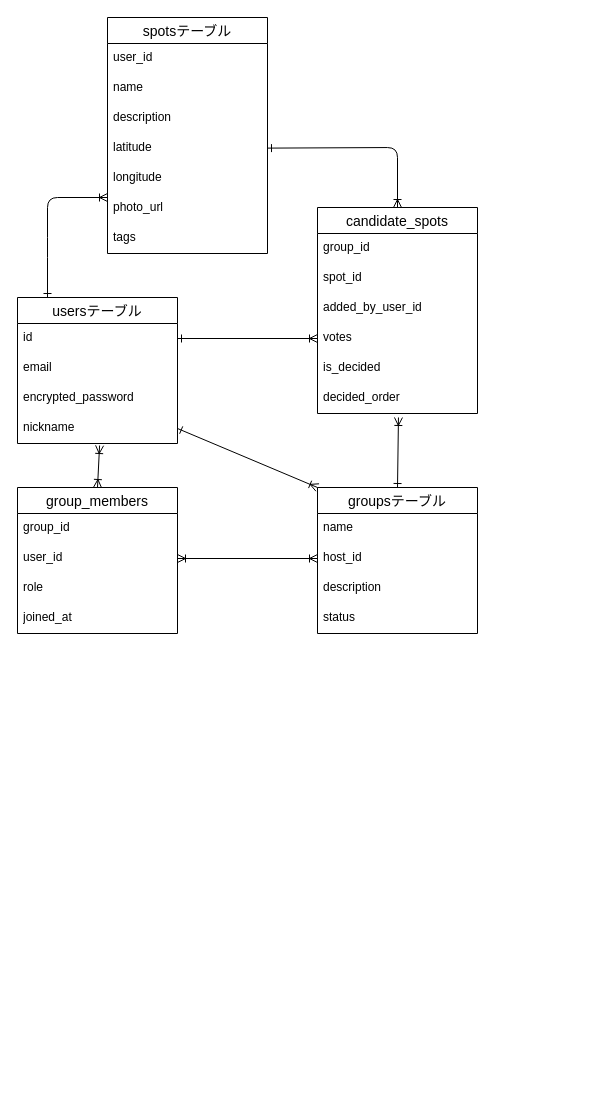
acquauverworld0206/touringnote keeps this draw.io diagram as test.dio. Above is the earlier version. Source tidied: cells renumbered, new cells numbered last; positions are measured from the earlier drawing's top-left corner, leaving out a move shared by most shapes. Both pictures are drawn from the tidied source at 100%, with x=0, y=0 at pixel (17, 17).
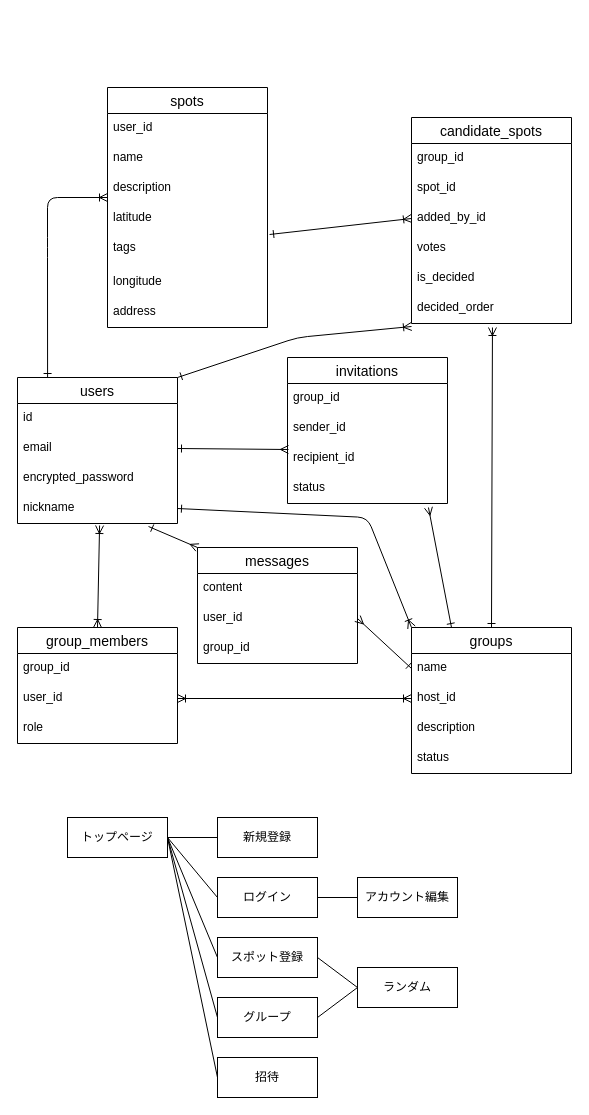
The same diagram, later.

The change refers to these unchanged cells:
```xml
<mxCell id="6" value="latitude" style="text;strokeColor=none;fillColor=none;spacingLeft=4;spacingRight=4;overflow=hidden;points=[[0,0.5],[1,0.5]];portConstraint=eastwest;fontSize=12;whiteSpace=wrap;html=1;" parent="2" vertex="1">
  <mxGeometry y="116" width="160" height="30" as="geometry" />
</mxCell>
<mxCell id="12" value="name" style="text;strokeColor=none;fillColor=none;spacingLeft=4;spacingRight=4;overflow=hidden;points=[[0,0.5],[1,0.5]];portConstraint=eastwest;fontSize=12;whiteSpace=wrap;html=1;" parent="11" vertex="1">
  <mxGeometry y="26" width="160" height="30" as="geometry" />
</mxCell>
<mxCell id="17" value="id" style="text;strokeColor=none;fillColor=none;spacingLeft=4;spacingRight=4;overflow=hidden;points=[[0,0.5],[1,0.5]];portConstraint=eastwest;fontSize=12;whiteSpace=wrap;html=1;" parent="16" vertex="1">
  <mxGeometry y="26" width="160" height="30" as="geometry" />
</mxCell>
<mxCell id="18" value="email" style="text;strokeColor=none;fillColor=none;spacingLeft=4;spacingRight=4;overflow=hidden;points=[[0,0.5],[1,0.5]];portConstraint=eastwest;fontSize=12;whiteSpace=wrap;html=1;" parent="16" vertex="1">
  <mxGeometry y="56" width="160" height="30" as="geometry" />
</mxCell>
<mxCell id="20" value="nickname" style="text;strokeColor=none;fillColor=none;spacingLeft=4;spacingRight=4;overflow=hidden;points=[[0,0.5],[1,0.5]];portConstraint=eastwest;fontSize=12;whiteSpace=wrap;html=1;" parent="16" vertex="1">
  <mxGeometry y="116" width="160" height="30" as="geometry" />
</mxCell>
<mxCell id="30" value="votes" style="text;strokeColor=none;fillColor=none;spacingLeft=4;spacingRight=4;overflow=hidden;points=[[0,0.5],[1,0.5]];portConstraint=eastwest;fontSize=12;whiteSpace=wrap;html=1;" parent="26" vertex="1">
  <mxGeometry y="116" width="160" height="30" as="geometry" />
</mxCell>
<mxCell id="32" value="decided_order" style="text;strokeColor=none;fillColor=none;spacingLeft=4;spacingRight=4;overflow=hidden;points=[[0,0.5],[1,0.5]];portConstraint=eastwest;fontSize=12;whiteSpace=wrap;html=1;" parent="26" vertex="1">
  <mxGeometry y="176" width="160" height="30" as="geometry" />
</mxCell>
```

Change to the diagram source:
```diff
@@
-    <mxCell id="2" value="spotsテーブル" style="swimlane;fontStyle=0;horizontal=1;startSize=26;align=center;fontSize=14;" parent="1" vertex="1">
-      <mxGeometry x="90" width="160" height="236" as="geometry" />
+    <mxCell id="2" value="spots" style="swimlane;fontStyle=0;horizontal=1;startSize=26;align=center;fontSize=14;" parent="1" vertex="1">
+      <mxGeometry x="90" y="70" width="160" height="240" as="geometry" />
     </mxCell>
@@
+    <mxCell id="9" value="tags" style="text;strokeColor=none;fillColor=none;spacingLeft=4;spacingRight=4;overflow=hidden;points=[[0,0.5],[1,0.5]];portConstraint=eastwest;fontSize=12;whiteSpace=wrap;html=1;" parent="2" vertex="1">
+      <mxGeometry y="146" width="160" height="34" as="geometry" />
+    </mxCell>
-    <mxCell id="7" value="longitude" style="text;strokeColor=none;fillColor=none;spacingLeft=4;spacingRight=4;overflow=hidden;fontSize=12;whiteSpace=wrap;html=1;" parent="2" vertex="1">
-      <mxGeometry y="146" width="160" height="30" as="geometry" />
+    <mxCell id="7" value="longitude&lt;div&gt;&lt;br&gt;&lt;/div&gt;" style="text;strokeColor=none;fillColor=none;spacingLeft=4;spacingRight=4;overflow=hidden;fontSize=12;whiteSpace=wrap;html=1;" parent="2" vertex="1">
+      <mxGeometry y="180" width="160" height="30" as="geometry" />
     </mxCell>
-    <mxCell id="8" value="photo_url" style="text;strokeColor=none;fillColor=none;spacingLeft=4;spacingRight=4;overflow=hidden;fontSize=12;whiteSpace=wrap;html=1;" parent="2" vertex="1">
-      <mxGeometry y="176" width="160" height="30" as="geometry" />
-    </mxCell>
-    <mxCell id="9" value="tags" style="text;strokeColor=none;fillColor=none;spacingLeft=4;spacingRight=4;overflow=hidden;points=[[0,0.5],[1,0.5]];portConstraint=eastwest;fontSize=12;whiteSpace=wrap;html=1;" parent="2" vertex="1">
-      <mxGeometry y="206" width="160" height="30" as="geometry" />
-    </mxCell>
+    <mxCell id="39" value="address" style="text;strokeColor=none;fillColor=none;spacingLeft=4;spacingRight=4;overflow=hidden;fontSize=12;whiteSpace=wrap;html=1;" parent="2" vertex="1">
+      <mxGeometry y="210" width="160" height="30" as="geometry" />
+    </mxCell>
@@
-    <mxCell id="11" value="groupsテーブル" style="swimlane;fontStyle=0;horizontal=1;startSize=26;align=center;fontSize=14;" parent="1" vertex="1">
-      <mxGeometry x="300" y="470" width="160" height="146" as="geometry" />
+    <mxCell id="11" value="groups" style="swimlane;fontStyle=0;horizontal=1;startSize=26;align=center;fontSize=14;" parent="1" vertex="1">
+      <mxGeometry x="394" y="610" width="160" height="146" as="geometry" />
     </mxCell>
@@
-    <mxCell id="16" value="usersテーブル" style="swimlane;fontStyle=0;horizontal=1;startSize=26;align=center;fontSize=14;" parent="1" vertex="1">
-      <mxGeometry y="280" width="160" height="146" as="geometry" />
+    <mxCell id="16" value="users" style="swimlane;fontStyle=0;horizontal=1;startSize=26;align=center;fontSize=14;" parent="1" vertex="1">
+      <mxGeometry y="360" width="160" height="146" as="geometry" />
     </mxCell>
@@
     <mxCell id="21" value="group_members" style="swimlane;fontStyle=0;horizontal=1;startSize=26;align=center;fontSize=14;" parent="1" vertex="1">
-      <mxGeometry y="470" width="160" height="146" as="geometry" />
+      <mxGeometry y="610" width="160" height="116" as="geometry" />
     </mxCell>
@@
-    <mxCell id="25" value="joined_at" style="text;strokeColor=none;fillColor=none;spacingLeft=4;spacingRight=4;overflow=hidden;fontSize=12;whiteSpace=wrap;html=1;" parent="21" vertex="1">
-      <mxGeometry y="116" width="160" height="30" as="geometry" />
-    </mxCell>
     <mxCell id="26" value="candidate_spots" style="swimlane;fontStyle=0;horizontal=1;startSize=26;align=center;fontSize=14;" parent="1" vertex="1">
-      <mxGeometry x="300" y="190" width="160" height="206" as="geometry" />
+      <mxGeometry x="394" y="100" width="160" height="206" as="geometry" />
     </mxCell>
@@
-    <mxCell id="29" value="added_by_user_id" style="text;strokeColor=none;fillColor=none;spacingLeft=4;spacingRight=4;overflow=hidden;points=[[0,0.5],[1,0.5]];portConstraint=eastwest;fontSize=12;whiteSpace=wrap;html=1;" parent="26" vertex="1">
+    <mxCell id="29" value="added_by_id" style="text;strokeColor=none;fillColor=none;spacingLeft=4;spacingRight=4;overflow=hidden;points=[[0,0.5],[1,0.5]];portConstraint=eastwest;fontSize=12;whiteSpace=wrap;html=1;" parent="26" vertex="1">
       <mxGeometry y="86" width="160" height="30" as="geometry" />
     </mxCell>
@@
-    <mxCell id="33" style="html=1;startArrow=ERone;startFill=0;endArrow=ERoneToMany;endFill=0;" parent="1" edge="1">
+    <mxCell id="33" style="html=1;startArrow=ERone;startFill=0;endArrow=ERoneToMany;endFill=0;exitX=0.188;exitY=0;exitDx=0;exitDy=0;exitPerimeter=0;" parent="1" edge="1" source="16">
       <mxGeometry relative="1" as="geometry">
-        <mxPoint x="30" y="280" as="sourcePoint" />
         <mxPoint x="90" y="180" as="targetPoint" />
         <Array as="points">
           <mxPoint x="30" y="230" />
           <mxPoint x="30" y="180" />
         </Array>
       </mxGeometry>
     </mxCell>
     <mxCell id="34" style="edgeStyle=none;html=1;exitX=1;exitY=0.5;exitDx=0;exitDy=0;entryX=0;entryY=0;entryDx=0;entryDy=0;startArrow=ERone;startFill=0;endArrow=ERoneToMany;endFill=0;" parent="1" edge="1" source="20" target="11">
-      <mxGeometry relative="1" as="geometry" />
+      <mxGeometry relative="1" as="geometry">
+        <Array as="points">
+          <mxPoint x="350" y="500" />
+        </Array>
+      </mxGeometry>
     </mxCell>
@@
-    <mxCell id="36" style="edgeStyle=none;html=1;entryX=0;entryY=0.5;entryDx=0;entryDy=0;startArrow=ERone;startFill=0;endArrow=ERoneToMany;endFill=0;" parent="1" edge="1" source="17" target="30">
-      <mxGeometry relative="1" as="geometry" />
+    <mxCell id="36" style="edgeStyle=none;html=1;entryX=0;entryY=1.1;entryDx=0;entryDy=0;startArrow=ERone;startFill=0;endArrow=ERoneToMany;endFill=0;entryPerimeter=0;exitX=1;exitY=0;exitDx=0;exitDy=0;" parent="1" edge="1" source="16" target="32">
+      <mxGeometry relative="1" as="geometry">
+        <Array as="points">
+          <mxPoint x="280" y="320" />
+        </Array>
+      </mxGeometry>
     </mxCell>
@@
-    <mxCell id="38" style="edgeStyle=none;html=1;entryX=0.5;entryY=0;entryDx=0;entryDy=0;startArrow=ERone;startFill=0;endArrow=ERoneToMany;endFill=0;" parent="1" edge="1" source="6" target="26">
-      <mxGeometry relative="1" as="geometry">
-        <Array as="points">
-          <mxPoint x="380" y="130" />
-        </Array>
-      </mxGeometry>
+    <mxCell id="38" style="edgeStyle=none;html=1;entryX=0;entryY=0.5;entryDx=0;entryDy=0;startArrow=ERone;startFill=0;endArrow=ERoneToMany;endFill=0;exitX=1.013;exitY=0.029;exitDx=0;exitDy=0;exitPerimeter=0;" parent="1" edge="1" source="9" target="29">
+      <mxGeometry relative="1" as="geometry" />
     </mxCell>
+    <mxCell id="40" value="messages" style="swimlane;fontStyle=0;horizontal=1;startSize=26;align=center;fontSize=14;" parent="1" vertex="1">
+      <mxGeometry x="180" y="530" width="160" height="116" as="geometry" />
+    </mxCell>
+    <mxCell id="41" value="content" style="text;strokeColor=none;fillColor=none;spacingLeft=4;spacingRight=4;overflow=hidden;fontSize=12;whiteSpace=wrap;html=1;" parent="40" vertex="1">
+      <mxGeometry y="26" width="160" height="30" as="geometry" />
+    </mxCell>
+    <mxCell id="42" value="user_id" style="text;strokeColor=none;fillColor=none;spacingLeft=4;spacingRight=4;overflow=hidden;points=[[0,0.5],[1,0.5]];portConstraint=eastwest;fontSize=12;whiteSpace=wrap;html=1;" parent="40" vertex="1">
+      <mxGeometry y="56" width="160" height="30" as="geometry" />
+    </mxCell>
+    <mxCell id="43" value="group_id" style="text;strokeColor=none;fillColor=none;spacingLeft=4;spacingRight=4;overflow=hidden;fontSize=12;whiteSpace=wrap;html=1;" parent="40" vertex="1">
+      <mxGeometry y="86" width="160" height="30" as="geometry" />
+    </mxCell>
+    <mxCell id="44" value="invitations" style="swimlane;fontStyle=0;horizontal=1;startSize=26;align=center;fontSize=14;" parent="1" vertex="1">
+      <mxGeometry x="270" y="340" width="160" height="146" as="geometry" />
+    </mxCell>
+    <mxCell id="45" value="group_id" style="text;strokeColor=none;fillColor=none;spacingLeft=4;spacingRight=4;overflow=hidden;fontSize=12;whiteSpace=wrap;html=1;" parent="44" vertex="1">
+      <mxGeometry y="26" width="160" height="30" as="geometry" />
+    </mxCell>
+    <mxCell id="46" value="sender_id" style="text;strokeColor=none;fillColor=none;spacingLeft=4;spacingRight=4;overflow=hidden;fontSize=12;whiteSpace=wrap;html=1;" parent="44" vertex="1">
+      <mxGeometry y="56" width="160" height="30" as="geometry" />
+    </mxCell>
+    <mxCell id="47" value="recipient_id" style="text;strokeColor=none;fillColor=none;spacingLeft=4;spacingRight=4;overflow=hidden;points=[[0,0.5],[1,0.5]];portConstraint=eastwest;fontSize=12;whiteSpace=wrap;html=1;" parent="44" vertex="1">
+      <mxGeometry y="86" width="160" height="30" as="geometry" />
+    </mxCell>
+    <mxCell id="48" value="status" style="text;strokeColor=none;fillColor=none;spacingLeft=4;spacingRight=4;overflow=hidden;points=[[0,0.5],[1,0.5]];portConstraint=eastwest;fontSize=12;whiteSpace=wrap;html=1;" parent="44" vertex="1">
+      <mxGeometry y="116" width="160" height="30" as="geometry" />
+    </mxCell>
+    <mxCell id="49" style="edgeStyle=none;html=1;exitX=1;exitY=0.5;exitDx=0;exitDy=0;entryX=0;entryY=0.5;entryDx=0;entryDy=0;startArrow=ERmany;startFill=0;endArrow=ERone;endFill=0;" parent="1" edge="1" source="42" target="12">
+      <mxGeometry relative="1" as="geometry" />
+    </mxCell>
+    <mxCell id="50" style="edgeStyle=none;html=1;exitX=0;exitY=0;exitDx=0;exitDy=0;entryX=0.819;entryY=1.1;entryDx=0;entryDy=0;entryPerimeter=0;startArrow=ERmany;startFill=0;endArrow=ERone;endFill=0;" parent="1" edge="1" source="40" target="20">
+      <mxGeometry relative="1" as="geometry" />
+    </mxCell>
+    <mxCell id="51" style="edgeStyle=none;html=1;exitX=1;exitY=0.5;exitDx=0;exitDy=0;entryX=0.006;entryY=0.2;entryDx=0;entryDy=0;entryPerimeter=0;startArrow=ERone;startFill=0;endArrow=ERmany;endFill=0;" parent="1" edge="1" source="18" target="47">
+      <mxGeometry relative="1" as="geometry" />
+    </mxCell>
+    <mxCell id="52" style="edgeStyle=none;html=1;exitX=0.25;exitY=0;exitDx=0;exitDy=0;entryX=0.881;entryY=1.133;entryDx=0;entryDy=0;entryPerimeter=0;startArrow=ERone;startFill=0;endArrow=ERmany;endFill=0;" parent="1" edge="1" source="11" target="48">
+      <mxGeometry relative="1" as="geometry" />
+    </mxCell>
+    <mxCell id="53" style="edgeStyle=none;html=1;exitX=1;exitY=0.5;exitDx=0;exitDy=0;entryX=0;entryY=0.5;entryDx=0;entryDy=0;endArrow=none;endFill=0;" parent="1" edge="1" source="57" target="58">
+      <mxGeometry relative="1" as="geometry" />
+    </mxCell>
+    <mxCell id="54" style="edgeStyle=none;html=1;exitX=1;exitY=0.5;exitDx=0;exitDy=0;entryX=0;entryY=0.5;entryDx=0;entryDy=0;endArrow=none;endFill=0;" parent="1" edge="1" source="57" target="63">
+      <mxGeometry relative="1" as="geometry" />
+    </mxCell>
+    <mxCell id="55" style="edgeStyle=none;html=1;exitX=1;exitY=0.5;exitDx=0;exitDy=0;entryX=0;entryY=0.5;entryDx=0;entryDy=0;endArrow=none;endFill=0;" parent="1" edge="1" source="57" target="66">
+      <mxGeometry relative="1" as="geometry" />
+    </mxCell>
+    <mxCell id="56" style="edgeStyle=none;html=1;exitX=1;exitY=0.5;exitDx=0;exitDy=0;entryX=0;entryY=0.5;entryDx=0;entryDy=0;endArrow=none;endFill=0;" parent="1" edge="1" source="57" target="67">
+      <mxGeometry relative="1" as="geometry" />
+    </mxCell>
+    <mxCell id="57" value="トップページ" style="whiteSpace=wrap;html=1;align=center;" parent="1" vertex="1">
+      <mxGeometry x="50" y="800" width="100" height="40" as="geometry" />
+    </mxCell>
+    <mxCell id="58" value="新規登録" style="whiteSpace=wrap;html=1;align=center;" parent="1" vertex="1">
+      <mxGeometry x="200" y="800" width="100" height="40" as="geometry" />
+    </mxCell>
+    <mxCell id="59" style="edgeStyle=none;html=1;exitX=0;exitY=0.5;exitDx=0;exitDy=0;entryX=1;entryY=0.5;entryDx=0;entryDy=0;endArrow=none;endFill=0;" parent="1" edge="1" source="61" target="57">
+      <mxGeometry relative="1" as="geometry" />
+    </mxCell>
+    <mxCell id="60" style="edgeStyle=none;html=1;exitX=1;exitY=0.5;exitDx=0;exitDy=0;entryX=0;entryY=0.5;entryDx=0;entryDy=0;endArrow=none;endFill=0;" parent="1" edge="1" source="61" target="68">
+      <mxGeometry relative="1" as="geometry" />
+    </mxCell>
+    <mxCell id="61" value="ログイン" style="whiteSpace=wrap;html=1;align=center;" parent="1" vertex="1">
+      <mxGeometry x="200" y="860" width="100" height="40" as="geometry" />
+    </mxCell>
+    <mxCell id="62" style="edgeStyle=none;html=1;exitX=1;exitY=0.5;exitDx=0;exitDy=0;entryX=0;entryY=0.5;entryDx=0;entryDy=0;endArrow=none;endFill=0;" parent="1" edge="1" source="63" target="64">
+      <mxGeometry relative="1" as="geometry" />
+    </mxCell>
+    <mxCell id="63" value="スポット登録" style="whiteSpace=wrap;html=1;align=center;" parent="1" vertex="1">
+      <mxGeometry x="200" y="920" width="100" height="40" as="geometry" />
+    </mxCell>
+    <mxCell id="64" value="ランダム" style="whiteSpace=wrap;html=1;align=center;" parent="1" vertex="1">
+      <mxGeometry x="340" y="950" width="100" height="40" as="geometry" />
+    </mxCell>
+    <mxCell id="65" style="edgeStyle=none;html=1;exitX=1;exitY=0.5;exitDx=0;exitDy=0;endArrow=none;endFill=0;" parent="1" edge="1" source="66">
+      <mxGeometry relative="1" as="geometry">
+        <mxPoint x="340" y="970" as="targetPoint" />
+      </mxGeometry>
+    </mxCell>
+    <mxCell id="66" value="グループ" style="whiteSpace=wrap;html=1;align=center;" parent="1" vertex="1">
+      <mxGeometry x="200" y="980" width="100" height="40" as="geometry" />
+    </mxCell>
+    <mxCell id="67" value="招待" style="whiteSpace=wrap;html=1;align=center;" parent="1" vertex="1">
+      <mxGeometry x="200" y="1040" width="100" height="40" as="geometry" />
+    </mxCell>
+    <mxCell id="68" value="アカウント編集" style="whiteSpace=wrap;html=1;align=center;" parent="1" vertex="1">
+      <mxGeometry x="340" y="860" width="100" height="40" as="geometry" />
+    </mxCell>
```
